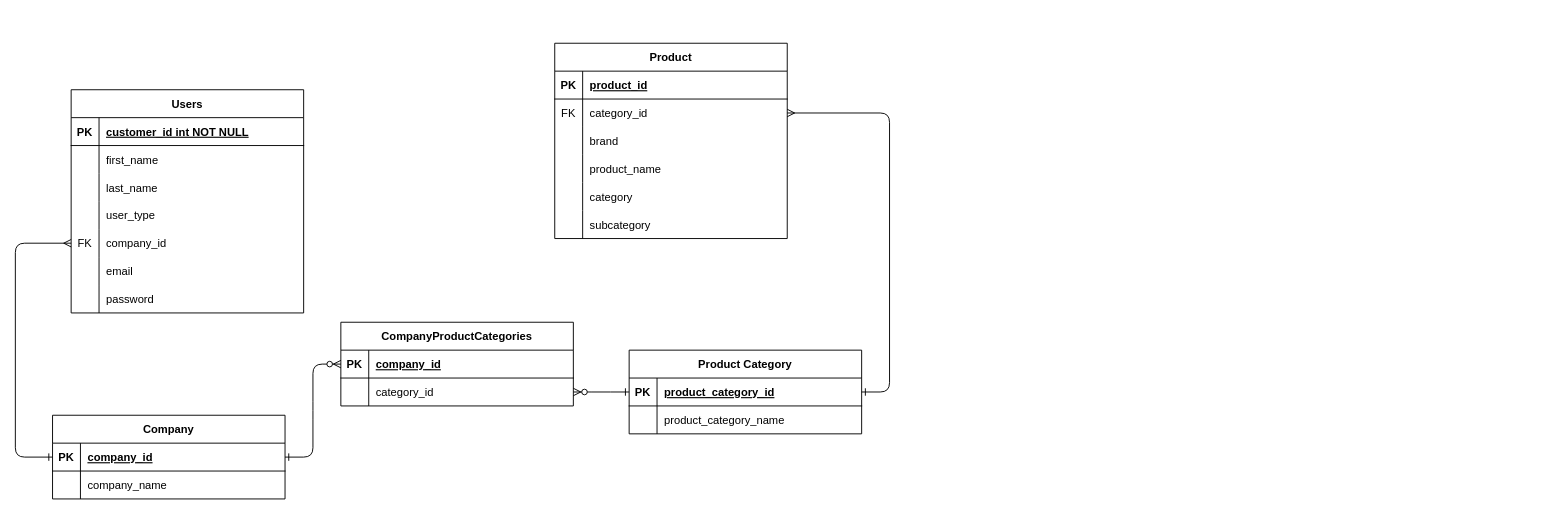
Before: Project Resources/ERD_Diagram.drawio in 33hemz/StockBox-project, a draw.io diagram. Source tidied: cells renumbered, new cells numbered last; positions are measured from the earlier drawing's top-left corner, leaving out a move shared by most shapes. Both pictures are drawn from the tidied source at 93%, with x=0, y=0 at pixel (-32, 43).
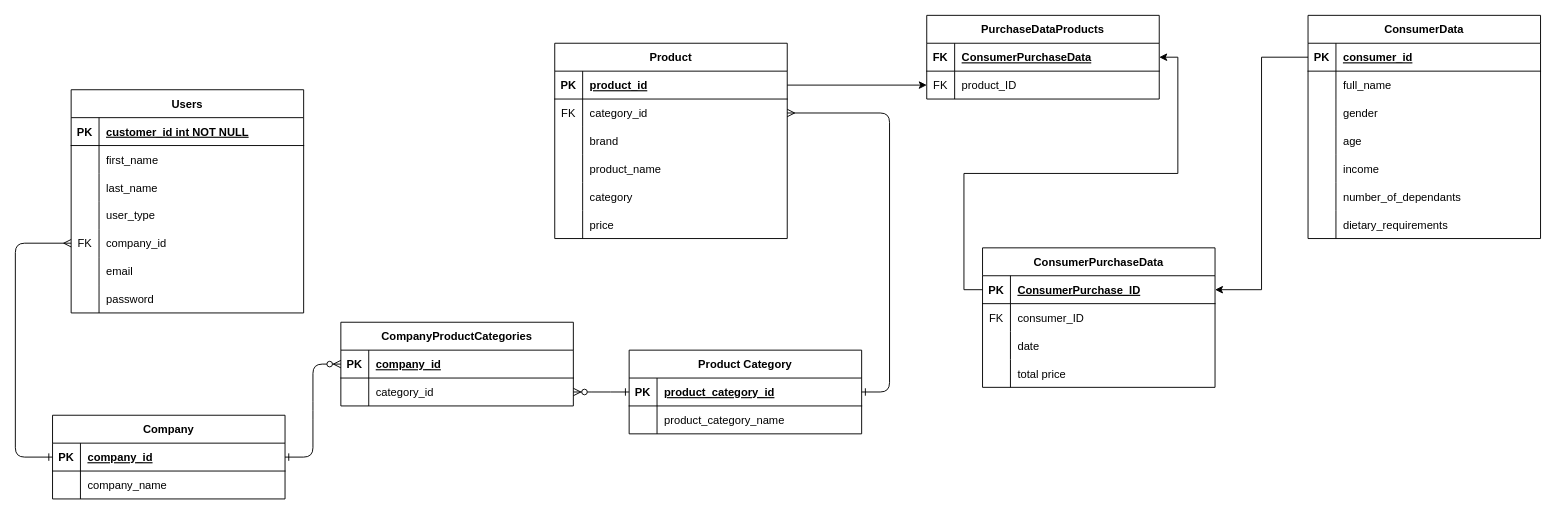
After the change.

Commit message:
Update ERD Diagram

The change refers to these unchanged cells:
```xml
<mxCell id="12" style="shape=partialRectangle;fillColor=none;points=[[0,0.5],[1,0.5]];portConstraint=eastwest;top=0;left=0;right=0;bottom=1;" parent="11" vertex="1">
  <mxGeometry y="30" width="250" height="30" as="geometry" />
</mxCell>
<mxCell id="27" style="shape=partialRectangle;fillColor=none;top=0;left=0;right=0;bottom=0;" parent="11" vertex="1">
  <mxGeometry y="180" width="250" height="30" as="geometry" />
</mxCell>
```

The edit, as a diff of the source:
```diff
@@
-    <mxCell id="29" value="subcategory" style="shape=partialRectangle;overflow=hidden;fillColor=none;top=0;left=0;bottom=0;right=0;align=left;spacingLeft=6;" parent="27" vertex="1">
+    <mxCell id="29" value="price" style="shape=partialRectangle;overflow=hidden;fillColor=none;top=0;left=0;bottom=0;right=0;align=left;spacingLeft=6;" parent="27" vertex="1">
       <mxGeometry x="30" width="220" height="30" as="geometry" />
     </mxCell>
@@
+    <mxCell id="68" value="ConsumerData" style="shape=table;startSize=30;childLayout=tableLayout;rowLines=0;fontStyle=1;align=center;" parent="1" vertex="1">
+      <mxGeometry x="1440" y="-30" width="250" height="240" as="geometry" />
+    </mxCell>
+    <mxCell id="69" style="shape=partialRectangle;fillColor=none;points=[[0,0.5],[1,0.5]];portConstraint=eastwest;top=0;left=0;right=0;bottom=1;" parent="68" vertex="1">
+      <mxGeometry y="30" width="250" height="30" as="geometry" />
+    </mxCell>
+    <mxCell id="70" value="PK" style="shape=partialRectangle;overflow=hidden;fillColor=none;top=0;left=0;bottom=0;right=0;fontStyle=1;" parent="69" vertex="1">
+      <mxGeometry width="30" height="30" as="geometry" />
+    </mxCell>
+    <mxCell id="71" value="consumer_id" style="shape=partialRectangle;overflow=hidden;fillColor=none;top=0;left=0;bottom=0;right=0;align=left;spacingLeft=6;fontStyle=5;" parent="69" vertex="1">
+      <mxGeometry x="30" width="220" height="30" as="geometry" />
+    </mxCell>
+    <mxCell id="72" style="shape=partialRectangle;fillColor=none;top=0;left=0;right=0;bottom=0;" parent="68" vertex="1">
+      <mxGeometry y="60" width="250" height="30" as="geometry" />
+    </mxCell>
+    <mxCell id="73" style="shape=partialRectangle;overflow=hidden;fillColor=none;top=0;left=0;bottom=0;right=0;" parent="72" vertex="1">
+      <mxGeometry width="30" height="30" as="geometry" />
+    </mxCell>
+    <mxCell id="74" value="full_name" style="shape=partialRectangle;overflow=hidden;fillColor=none;top=0;left=0;bottom=0;right=0;align=left;spacingLeft=6;" parent="72" vertex="1">
+      <mxGeometry x="30" width="220" height="30" as="geometry" />
+    </mxCell>
+    <mxCell id="75" style="shape=partialRectangle;fillColor=none;top=0;left=0;right=0;bottom=0;" parent="68" vertex="1">
+      <mxGeometry y="90" width="250" height="30" as="geometry" />
+    </mxCell>
+    <mxCell id="76" style="shape=partialRectangle;overflow=hidden;fillColor=none;top=0;left=0;bottom=0;right=0;" parent="75" vertex="1">
+      <mxGeometry width="30" height="30" as="geometry" />
+    </mxCell>
+    <mxCell id="77" value="gender" style="shape=partialRectangle;overflow=hidden;fillColor=none;top=0;left=0;bottom=0;right=0;align=left;spacingLeft=6;" parent="75" vertex="1">
+      <mxGeometry x="30" width="220" height="30" as="geometry" />
+    </mxCell>
+    <mxCell id="78" style="shape=partialRectangle;fillColor=none;top=0;left=0;right=0;bottom=0;" parent="68" vertex="1">
+      <mxGeometry y="120" width="250" height="30" as="geometry" />
+    </mxCell>
+    <mxCell id="79" style="shape=partialRectangle;overflow=hidden;fillColor=none;top=0;left=0;bottom=0;right=0;" parent="78" vertex="1">
+      <mxGeometry width="30" height="30" as="geometry" />
+    </mxCell>
+    <mxCell id="80" value="age" style="shape=partialRectangle;overflow=hidden;fillColor=none;top=0;left=0;bottom=0;right=0;align=left;spacingLeft=6;" parent="78" vertex="1">
+      <mxGeometry x="30" width="220" height="30" as="geometry" />
+    </mxCell>
+    <mxCell id="81" style="shape=partialRectangle;fillColor=none;top=0;left=0;right=0;bottom=0;" parent="68" vertex="1">
+      <mxGeometry y="150" width="250" height="30" as="geometry" />
+    </mxCell>
+    <mxCell id="82" style="shape=partialRectangle;overflow=hidden;fillColor=none;top=0;left=0;bottom=0;right=0;" parent="81" vertex="1">
+      <mxGeometry width="30" height="30" as="geometry" />
+    </mxCell>
+    <mxCell id="83" value="income" style="shape=partialRectangle;overflow=hidden;fillColor=none;top=0;left=0;bottom=0;right=0;align=left;spacingLeft=6;" parent="81" vertex="1">
+      <mxGeometry x="30" width="220" height="30" as="geometry" />
+    </mxCell>
+    <mxCell id="84" style="shape=partialRectangle;fillColor=none;top=0;left=0;right=0;bottom=0;" parent="68" vertex="1">
+      <mxGeometry y="180" width="250" height="30" as="geometry" />
+    </mxCell>
+    <mxCell id="85" style="shape=partialRectangle;overflow=hidden;fillColor=none;top=0;left=0;bottom=0;right=0;" parent="84" vertex="1">
+      <mxGeometry width="30" height="30" as="geometry" />
+    </mxCell>
+    <mxCell id="86" value="number_of_dependants" style="shape=partialRectangle;overflow=hidden;fillColor=none;top=0;left=0;bottom=0;right=0;align=left;spacingLeft=6;" parent="84" vertex="1">
+      <mxGeometry x="30" width="220" height="30" as="geometry" />
+    </mxCell>
+    <mxCell id="87" style="shape=partialRectangle;fillColor=none;top=0;left=0;right=0;bottom=0;" parent="68" vertex="1">
+      <mxGeometry y="210" width="250" height="30" as="geometry" />
+    </mxCell>
+    <mxCell id="88" style="shape=partialRectangle;overflow=hidden;fillColor=none;top=0;left=0;bottom=0;right=0;" parent="87" vertex="1">
+      <mxGeometry width="30" height="30" as="geometry" />
+    </mxCell>
+    <mxCell id="89" value="dietary_requirements" style="shape=partialRectangle;overflow=hidden;fillColor=none;top=0;left=0;bottom=0;right=0;align=left;spacingLeft=6;" parent="87" vertex="1">
+      <mxGeometry x="30" width="220" height="30" as="geometry" />
+    </mxCell>
+    <mxCell id="90" value="ConsumerPurchaseData" style="shape=table;startSize=30;childLayout=tableLayout;rowLines=0;fontStyle=1;align=center;" parent="1" vertex="1">
+      <mxGeometry x="1090" y="220" width="250" height="150" as="geometry" />
+    </mxCell>
+    <mxCell id="91" style="shape=partialRectangle;fillColor=none;points=[[0,0.5],[1,0.5]];portConstraint=eastwest;top=0;left=0;right=0;bottom=1;" parent="90" vertex="1">
+      <mxGeometry y="30" width="250" height="30" as="geometry" />
+    </mxCell>
+    <mxCell id="92" value="PK" style="shape=partialRectangle;overflow=hidden;fillColor=none;top=0;left=0;bottom=0;right=0;fontStyle=1;" parent="91" vertex="1">
+      <mxGeometry width="30" height="30" as="geometry" />
+    </mxCell>
+    <mxCell id="93" value="ConsumerPurchase_ID" style="shape=partialRectangle;overflow=hidden;fillColor=none;top=0;left=0;bottom=0;right=0;align=left;spacingLeft=6;fontStyle=5;" parent="91" vertex="1">
+      <mxGeometry x="30" width="220" height="30" as="geometry" />
+    </mxCell>
+    <mxCell id="94" style="shape=partialRectangle;fillColor=none;top=0;left=0;right=0;bottom=0;" parent="90" vertex="1">
+      <mxGeometry y="60" width="250" height="30" as="geometry" />
+    </mxCell>
+    <mxCell id="95" value="FK" style="shape=partialRectangle;overflow=hidden;fillColor=none;top=0;left=0;bottom=0;right=0;" parent="94" vertex="1">
+      <mxGeometry width="30" height="30" as="geometry" />
+    </mxCell>
+    <mxCell id="96" value="consumer_ID" style="shape=partialRectangle;overflow=hidden;fillColor=none;top=0;left=0;bottom=0;right=0;align=left;spacingLeft=6;" parent="94" vertex="1">
+      <mxGeometry x="30" width="220" height="30" as="geometry" />
+    </mxCell>
+    <mxCell id="97" style="shape=partialRectangle;fillColor=none;top=0;left=0;right=0;bottom=0;" parent="90" vertex="1">
+      <mxGeometry y="90" width="250" height="30" as="geometry" />
+    </mxCell>
+    <mxCell id="98" style="shape=partialRectangle;overflow=hidden;fillColor=none;top=0;left=0;bottom=0;right=0;" parent="97" vertex="1">
+      <mxGeometry width="30" height="30" as="geometry" />
+    </mxCell>
+    <mxCell id="99" value="date" style="shape=partialRectangle;overflow=hidden;fillColor=none;top=0;left=0;bottom=0;right=0;align=left;spacingLeft=6;" parent="97" vertex="1">
+      <mxGeometry x="30" width="220" height="30" as="geometry" />
+    </mxCell>
+    <mxCell id="100" style="shape=partialRectangle;fillColor=none;top=0;left=0;right=0;bottom=0;" parent="90" vertex="1">
+      <mxGeometry y="120" width="250" height="30" as="geometry" />
+    </mxCell>
+    <mxCell id="101" style="shape=partialRectangle;overflow=hidden;fillColor=none;top=0;left=0;bottom=0;right=0;" parent="100" vertex="1">
+      <mxGeometry width="30" height="30" as="geometry" />
+    </mxCell>
+    <mxCell id="102" value="total price" style="shape=partialRectangle;overflow=hidden;fillColor=none;top=0;left=0;bottom=0;right=0;align=left;spacingLeft=6;" parent="100" vertex="1">
+      <mxGeometry x="30" width="220" height="30" as="geometry" />
+    </mxCell>
+    <mxCell id="103" value="PurchaseDataProducts" style="shape=table;startSize=30;childLayout=tableLayout;rowLines=0;fontStyle=1;align=center;" parent="1" vertex="1">
+      <mxGeometry x="1030" y="-30" width="250" height="90" as="geometry" />
+    </mxCell>
+    <mxCell id="104" style="shape=partialRectangle;fillColor=none;points=[[0,0.5],[1,0.5]];portConstraint=eastwest;top=0;left=0;right=0;bottom=1;" parent="103" vertex="1">
+      <mxGeometry y="30" width="250" height="30" as="geometry" />
+    </mxCell>
+    <mxCell id="105" value="FK" style="shape=partialRectangle;overflow=hidden;fillColor=none;top=0;left=0;bottom=0;right=0;fontStyle=1;" parent="104" vertex="1">
+      <mxGeometry width="30" height="30" as="geometry" />
+    </mxCell>
+    <mxCell id="106" value="ConsumerPurchaseData" style="shape=partialRectangle;overflow=hidden;fillColor=none;top=0;left=0;bottom=0;right=0;align=left;spacingLeft=6;fontStyle=5;" parent="104" vertex="1">
+      <mxGeometry x="30" width="220" height="30" as="geometry" />
+    </mxCell>
+    <mxCell id="107" style="shape=partialRectangle;fillColor=none;points=[[0,0.5],[1,0.5]];portConstraint=eastwest;top=0;left=0;right=0;bottom=0;" parent="103" vertex="1">
+      <mxGeometry y="60" width="250" height="30" as="geometry" />
+    </mxCell>
+    <mxCell id="108" value="FK" style="shape=partialRectangle;overflow=hidden;fillColor=none;top=0;left=0;bottom=0;right=0;" parent="107" vertex="1">
+      <mxGeometry width="30" height="30" as="geometry" />
+    </mxCell>
+    <mxCell id="109" value="product_ID" style="shape=partialRectangle;overflow=hidden;fillColor=none;top=0;left=0;bottom=0;right=0;align=left;spacingLeft=6;" parent="107" vertex="1">
+      <mxGeometry x="30" width="220" height="30" as="geometry" />
+    </mxCell>
+    <mxCell id="110" style="edgeStyle=orthogonalEdgeStyle;rounded=0;jettySize=auto;html=1;exitX=0;exitY=0.5;exitDx=0;exitDy=0;entryX=1;entryY=0.5;entryDx=0;entryDy=0;" parent="1" edge="1" source="91" target="104">
+      <mxGeometry relative="1" as="geometry" />
+    </mxCell>
+    <mxCell id="111" style="edgeStyle=orthogonalEdgeStyle;rounded=0;jettySize=auto;html=1;exitX=0;exitY=0.5;exitDx=0;exitDy=0;entryX=1;entryY=0.5;entryDx=0;entryDy=0;" parent="1" edge="1" source="69" target="91">
+      <mxGeometry relative="1" as="geometry" />
+    </mxCell>
+    <mxCell id="112" style="edgeStyle=orthogonalEdgeStyle;rounded=0;jettySize=auto;html=1;exitX=1;exitY=0.5;exitDx=0;exitDy=0;entryX=0;entryY=0.5;entryDx=0;entryDy=0;" parent="1" edge="1" source="12" target="107">
+      <mxGeometry relative="1" as="geometry" />
+    </mxCell>
```
